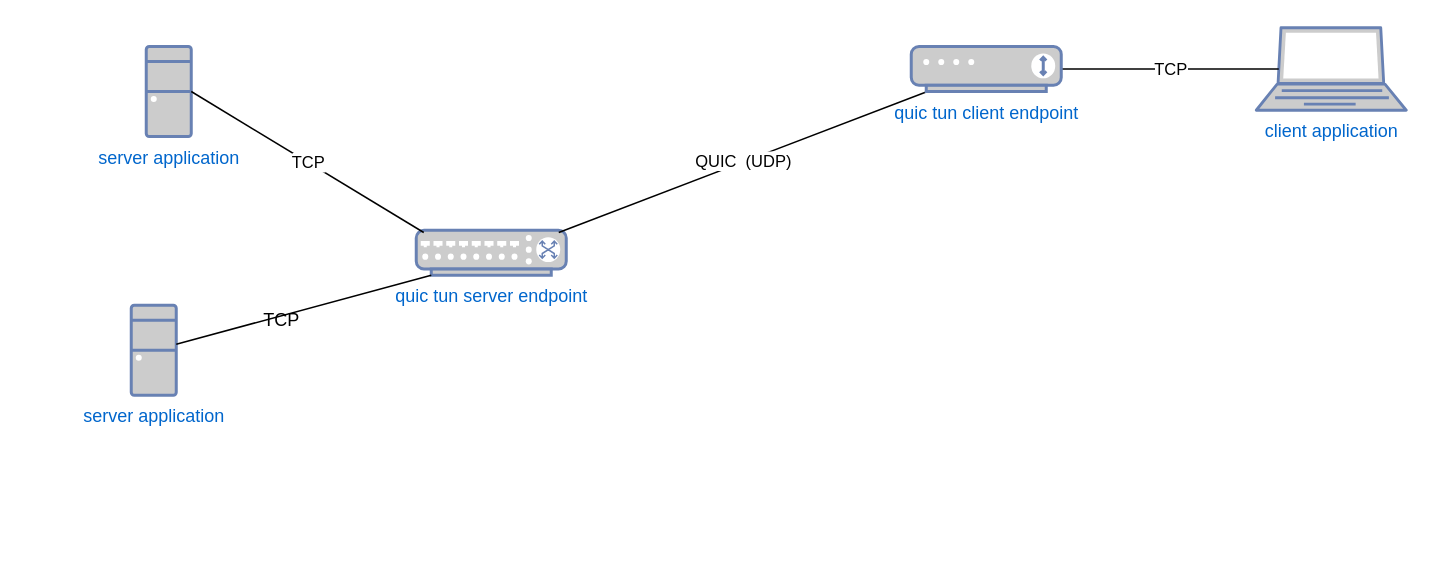
Earlier version of the draw.io diagram pictures/Untitled Diagram.drawio (jeffyjf/drawio). Source tidied: cells renumbered, new cells numbered last; positions are measured from the earlier drawing's top-left corner, leaving out a move shared by most shapes. Both pictures are drawn from the tidied source at 150%, with x=0, y=0 at pixel (130, 27).
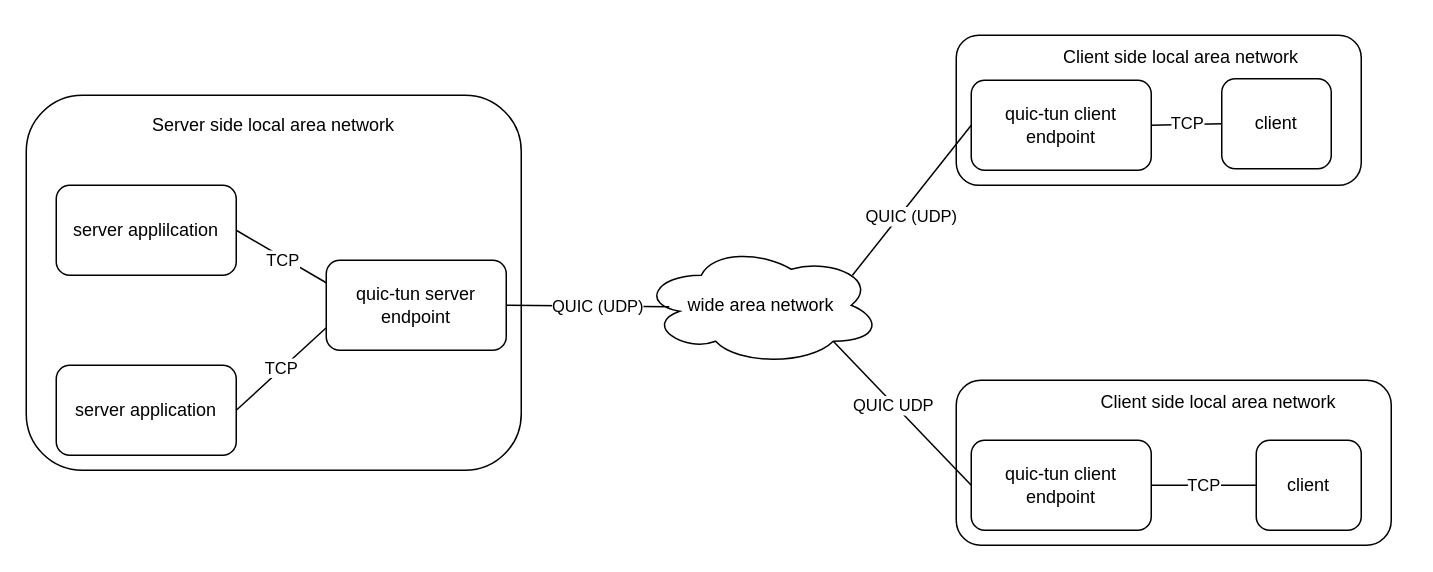
After the change.

The edit, as a diff of the source:
```diff
@@
-    <mxCell id="2" value="server application" style="fontColor=#0066CC;verticalAlign=top;verticalLabelPosition=bottom;labelPosition=center;align=center;html=1;outlineConnect=0;fillColor=#CCCCCC;strokeColor=#6881B3;gradientColor=none;gradientDirection=north;strokeWidth=2;shape=mxgraph.networks.desktop_pc;" parent="1" vertex="1">
-      <mxGeometry x="10" y="12.5" width="30" height="60" as="geometry" />
-    </mxCell>
-    <mxCell id="3" value="quic tun server endpoint" style="fontColor=#0066CC;verticalAlign=top;verticalLabelPosition=bottom;labelPosition=center;align=center;html=1;outlineConnect=0;fillColor=#CCCCCC;strokeColor=#6881B3;gradientColor=none;gradientDirection=north;strokeWidth=2;shape=mxgraph.networks.switch;" parent="1" vertex="1">
-      <mxGeometry x="190" y="135" width="100" height="30" as="geometry" />
-    </mxCell>
-    <mxCell id="4" value="server application" style="fontColor=#0066CC;verticalAlign=top;verticalLabelPosition=bottom;labelPosition=center;align=center;html=1;outlineConnect=0;fillColor=#CCCCCC;strokeColor=#6881B3;gradientColor=none;gradientDirection=north;strokeWidth=2;shape=mxgraph.networks.desktop_pc;" parent="1" vertex="1">
-      <mxGeometry y="185" width="30" height="60" as="geometry" />
-    </mxCell>
-    <mxCell id="5" value="client application" style="fontColor=#0066CC;verticalAlign=top;verticalLabelPosition=bottom;labelPosition=center;align=center;html=1;outlineConnect=0;fillColor=#CCCCCC;strokeColor=#6881B3;gradientColor=none;gradientDirection=north;strokeWidth=2;shape=mxgraph.networks.laptop;" parent="1" vertex="1">
-      <mxGeometry x="750" width="100" height="55" as="geometry" />
-    </mxCell>
-    <mxCell id="6" style="endArrow=none;html=1;strokeColor=default;exitX=0.1;exitY=1;exitDx=0;exitDy=0;exitPerimeter=0;" parent="1" edge="1" source="3" target="4">
-      <mxGeometry relative="1" as="geometry" />
-    </mxCell>
-    <mxCell id="7" value="QUIC&amp;nbsp; (UDP)" style="endArrow=none;html=1;strokeColor=default;exitX=0.95;exitY=0.05;exitDx=0;exitDy=0;exitPerimeter=0;" parent="1" edge="1" target="11">
-      <mxGeometry relative="1" as="geometry">
-        <mxPoint x="285" y="136.5" as="sourcePoint" />
-      </mxGeometry>
-    </mxCell>
-    <mxCell id="8" value="TCP" style="text;html=1;align=center;verticalAlign=middle;strokeColor=none;fillColor=none;" parent="1" vertex="1">
-      <mxGeometry x="80" y="185" width="40" height="20" as="geometry" />
-    </mxCell>
-    <mxCell id="9" value="TCP" style="endArrow=none;html=1;strokeColor=default;entryX=0.05;entryY=0.05;entryDx=0;entryDy=0;entryPerimeter=0;exitX=1;exitY=0.5;exitDx=0;exitDy=0;exitPerimeter=0;" parent="1" edge="1" source="2" target="3">
-      <mxGeometry relative="1" as="geometry" />
-    </mxCell>
-    <mxCell id="10" value="TCP" style="endArrow=none;html=1;strokeColor=default;entryX=0.15;entryY=0.5;entryDx=0;entryDy=0;entryPerimeter=0;" parent="1" edge="1" source="11" target="5">
-      <mxGeometry relative="1" as="geometry" />
-    </mxCell>
-    <mxCell id="11" value="quic tun client endpoint" style="fontColor=#0066CC;verticalAlign=top;verticalLabelPosition=bottom;labelPosition=center;align=center;html=1;outlineConnect=0;fillColor=#CCCCCC;strokeColor=#6881B3;gradientColor=none;gradientDirection=north;strokeWidth=2;shape=mxgraph.networks.modem;" parent="1" vertex="1">
-      <mxGeometry x="520" y="12.5" width="100" height="30" as="geometry" />
-    </mxCell>
+    <mxCell id="12" value="server applilcation" style="rounded=1;whiteSpace=wrap;html=1;" parent="1" vertex="1">
+      <mxGeometry x="-50" y="105" width="120" height="60" as="geometry" />
+    </mxCell>
+    <mxCell id="13" value="server application" style="rounded=1;whiteSpace=wrap;html=1;" parent="1" vertex="1">
+      <mxGeometry x="-50" y="225" width="120" height="60" as="geometry" />
+    </mxCell>
+    <mxCell id="14" value="quic-tun server endpoint" style="rounded=1;whiteSpace=wrap;html=1;" parent="1" vertex="1">
+      <mxGeometry x="130" y="155" width="120" height="60" as="geometry" />
+    </mxCell>
+    <mxCell id="15" value="TCP" style="endArrow=none;html=1;strokeColor=default;exitX=1;exitY=0.5;exitDx=0;exitDy=0;entryX=0;entryY=0.75;entryDx=0;entryDy=0;" parent="1" edge="1" source="13" target="14">
+      <mxGeometry relative="1" as="geometry" />
+    </mxCell>
+    <mxCell id="16" style="endArrow=none;html=1;strokeColor=default;entryX=1;entryY=0.5;entryDx=0;entryDy=0;exitX=0;exitY=0.25;exitDx=0;exitDy=0;" parent="1" edge="1" source="14" target="12">
+      <mxGeometry relative="1" as="geometry" />
+    </mxCell>
+    <mxCell id="17" value="TCP" style="edgeLabel;html=1;align=center;verticalAlign=middle;" parent="16" vertex="1">
+      <mxGeometry x="0.44" y="1" relative="1" as="geometry">
+        <mxPoint x="14" y="9" as="offset" />
+      </mxGeometry>
+    </mxCell>
+    <mxCell id="18" value="quic-tun client endpoint" style="rounded=1;whiteSpace=wrap;html=1;" parent="1" vertex="1">
+      <mxGeometry x="560" y="35" width="120" height="60" as="geometry" />
+    </mxCell>
+    <mxCell id="19" value="client" style="rounded=1;whiteSpace=wrap;html=1;" parent="1" vertex="1">
+      <mxGeometry x="727" y="34" width="73" height="60" as="geometry" />
+    </mxCell>
+    <mxCell id="20" value="QUIC (UDP)" style="endArrow=none;html=1;strokeColor=default;exitX=0.88;exitY=0.25;exitDx=0;exitDy=0;entryX=0;entryY=0.5;entryDx=0;entryDy=0;exitPerimeter=0;" parent="1" edge="1" source="27" target="18">
+      <mxGeometry x="-0.13" y="-6" relative="1" as="geometry" />
+    </mxCell>
+    <mxCell id="21" value="TCP" style="endArrow=none;html=1;strokeColor=default;entryX=0;entryY=0.5;entryDx=0;entryDy=0;exitX=1;exitY=0.5;exitDx=0;exitDy=0;" parent="1" edge="1" source="18" target="19">
+      <mxGeometry relative="1" as="geometry" />
+    </mxCell>
+    <mxCell id="22" value="quic-tun client endpoint" style="rounded=1;whiteSpace=wrap;html=1;" parent="1" vertex="1">
+      <mxGeometry x="560" y="275" width="120" height="60" as="geometry" />
+    </mxCell>
+    <mxCell id="23" value="client" style="rounded=1;whiteSpace=wrap;html=1;" parent="1" vertex="1">
+      <mxGeometry x="750" y="275" width="70" height="60" as="geometry" />
+    </mxCell>
+    <mxCell id="24" value="TCP" style="endArrow=none;html=1;strokeColor=default;entryX=0;entryY=0.5;entryDx=0;entryDy=0;exitX=1;exitY=0.5;exitDx=0;exitDy=0;" parent="1" edge="1" source="22" target="23">
+      <mxGeometry relative="1" as="geometry" />
+    </mxCell>
+    <mxCell id="25" style="endArrow=none;html=1;strokeColor=default;exitX=0.8;exitY=0.8;exitDx=0;exitDy=0;entryX=0;entryY=0.5;entryDx=0;entryDy=0;exitPerimeter=0;" parent="1" edge="1" source="27" target="22">
+      <mxGeometry relative="1" as="geometry" />
+    </mxCell>
+    <mxCell id="26" value="QUIC UDP" style="edgeLabel;html=1;align=center;verticalAlign=middle;" parent="25" vertex="1">
+      <mxGeometry x="-0.13" y="-1" relative="1" as="geometry" />
+    </mxCell>
+    <mxCell id="27" value="wide area network" style="ellipse;shape=cloud;whiteSpace=wrap;html=1;" parent="1" vertex="1">
+      <mxGeometry x="340" y="145" width="160" height="80" as="geometry" />
+    </mxCell>
+    <mxCell id="28" style="endArrow=none;html=1;strokeColor=default;exitX=1;exitY=0.5;exitDx=0;exitDy=0;entryX=0.117;entryY=0.513;entryDx=0;entryDy=0;entryPerimeter=0;" parent="1" edge="1" source="14" target="27">
+      <mxGeometry relative="1" as="geometry" />
+    </mxCell>
+    <mxCell id="29" value="QUIC (UDP)" style="edgeLabel;html=1;align=center;verticalAlign=middle;" parent="28" vertex="1">
+      <mxGeometry x="-0.29" y="1" relative="1" as="geometry">
+        <mxPoint x="21" y="1" as="offset" />
+      </mxGeometry>
+    </mxCell>
+    <mxCell id="30" style="rounded=1;whiteSpace=wrap;html=1;fillColor=none;" parent="1" vertex="1">
+      <mxGeometry x="-70" y="45" width="330" height="250" as="geometry" />
+    </mxCell>
+    <mxCell id="31" value="Server side local area network" style="text;html=1;strokeColor=none;fillColor=none;align=center;verticalAlign=middle;whiteSpace=wrap;rounded=0;" parent="1" vertex="1">
+      <mxGeometry x="-10" y="50" width="210" height="30" as="geometry" />
+    </mxCell>
+    <mxCell id="32" style="rounded=1;whiteSpace=wrap;html=1;fillColor=none;" parent="1" vertex="1">
+      <mxGeometry x="550" y="5" width="270" height="100" as="geometry" />
+    </mxCell>
+    <mxCell id="33" style="rounded=1;whiteSpace=wrap;html=1;fillColor=none;" parent="1" vertex="1">
+      <mxGeometry x="550" y="235" width="290" height="110" as="geometry" />
+    </mxCell>
+    <mxCell id="34" value="Client side local area network" style="text;html=1;strokeColor=none;fillColor=none;align=center;verticalAlign=middle;whiteSpace=wrap;rounded=0;" parent="1" vertex="1">
+      <mxGeometry x="615" y="5" width="170" height="30" as="geometry" />
+    </mxCell>
+    <mxCell id="35" value="Client side local area network" style="text;html=1;strokeColor=none;fillColor=none;align=center;verticalAlign=middle;whiteSpace=wrap;rounded=0;" parent="1" vertex="1">
+      <mxGeometry x="640" y="235" width="170" height="30" as="geometry" />
+    </mxCell>
```
